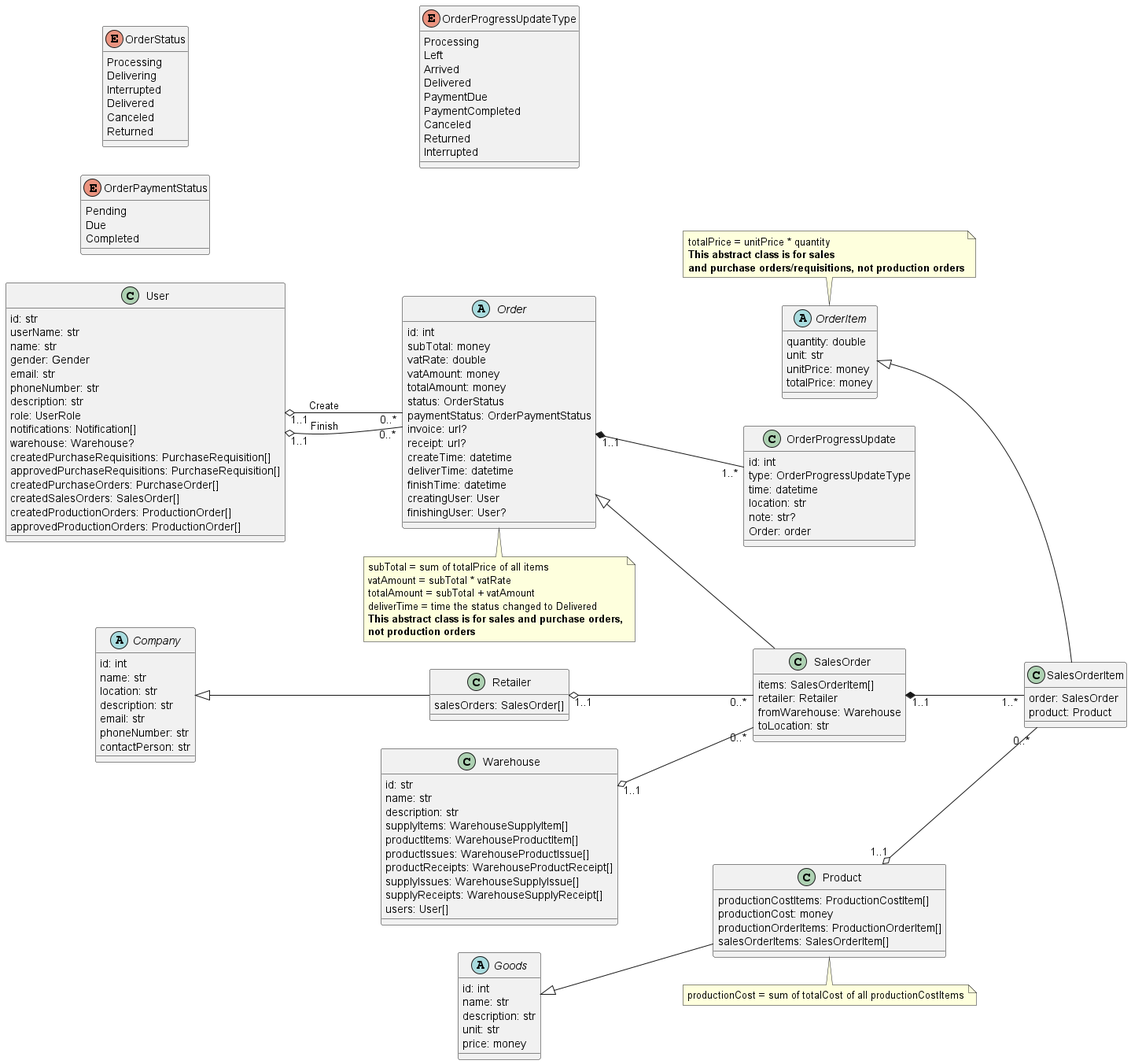
Above: Lab1/Lab1.2/classes/sales.png in phihungha/SE357-Practice-class (PlantUML), before the change. The source it was exported from:
```plantuml
@startuml sales
left to right direction

class User {
    id: str
    userName: str
    name: str
    gender: Gender
    email: str
    phoneNumber: str
    description: str
    role: UserRole
    notifications: Notification[]
    warehouse: Warehouse?
    createdPurchaseRequisitions: PurchaseRequisition[]
    approvedPurchaseRequisitions: PurchaseRequisition[]
    createdPurchaseOrders: PurchaseOrder[]
    createdSalesOrders: SalesOrder[]
    createdProductionOrders: ProductionOrder[]
    approvedProductionOrders: ProductionOrder[]
}

abstract Company {
    id: int
    name: str
    location: str
    description: str
    email: str
    phoneNumber: str
    contactPerson: str
}

class Retailer {
    salesOrders: SalesOrder[]
}
Company <|-- Retailer

class Warehouse {
    id: str
    name: str
    description: str
    supplyItems: WarehouseSupplyItem[]
    productItems: WarehouseProductItem[]
    productIssues: WarehouseProductIssue[]
    productReceipts: WarehouseProductReceipt[]
    supplyIssues: WarehouseSupplyIssue[]
    supplyReceipts: WarehouseSupplyReceipt[]
    users: User[]
}

abstract Goods {
    id: int
    name: str
    description: str
    unit: str
    price: money
}

class Product {
    productionCostItems: ProductionCostItem[]
    productionCost: money
    productionOrderItems: ProductionOrderItem[]
    salesOrderItems: SalesOrderItem[]
}
Goods <|-- Product
note bottom: productionCost = sum of totalCost of all productionCostItems

enum OrderStatus {
    Processing
    Delivering
    Interrupted
    Delivered
    Canceled
    Returned
}

enum OrderPaymentStatus {
    Pending
    Due
    Completed
}

abstract Order {
    id: int
    subTotal: money
    vatRate: double
    vatAmount: money
    totalAmount: money
    status: OrderStatus
    paymentStatus: OrderPaymentStatus
    invoice: url?
    receipt: url?
    createTime: datetime
    deliverTime: datetime
    finishTime: datetime
    creatingUser: User
    finishingUser: User?
}
User "1..1" o-- "0..*" Order : Create
User "1..1" o-- "0..*" Order : Finish
note bottom
    subTotal = sum of totalPrice of all items
    vatAmount = subTotal * vatRate
    totalAmount = subTotal + vatAmount
    deliverTime = time the status changed to Delivered
    <b>This abstract class is for sales and purchase orders,
    <b>not production orders
endnote

abstract OrderItem {
    quantity: double
    unit: str
    unitPrice: money
    totalPrice: money
}
note top
    totalPrice = unitPrice * quantity
    <b>This abstract class is for sales
    <b>and purchase orders/requisitions, not production orders
endnote

enum OrderProgressUpdateType {
    Processing
    Left
    Arrived
    Delivered
    PaymentDue
    PaymentCompleted
    Canceled
    Returned
    Interrupted
}

class OrderProgressUpdate {
    id: int
    type: OrderProgressUpdateType
    time: datetime
    location: str
    note: str?
    Order: order
}
Order "1..1" *-- "1..*" OrderProgressUpdate

class SalesOrder {
    items: SalesOrderItem[]
    retailer: Retailer
    fromWarehouse: Warehouse
    toLocation: str
}
Order <|-- SalesOrder
Retailer "1..1" o-- "0..*" SalesOrder
Warehouse "1..1" o-- "0..*" SalesOrder

class SalesOrderItem {
    order: SalesOrder
    product: Product
}
OrderItem <|-- SalesOrderItem
SalesOrder "1..1" *-- "1..*" SalesOrderItem
Product "1..1" o-- "0..*" SalesOrderItem
@enduml
```
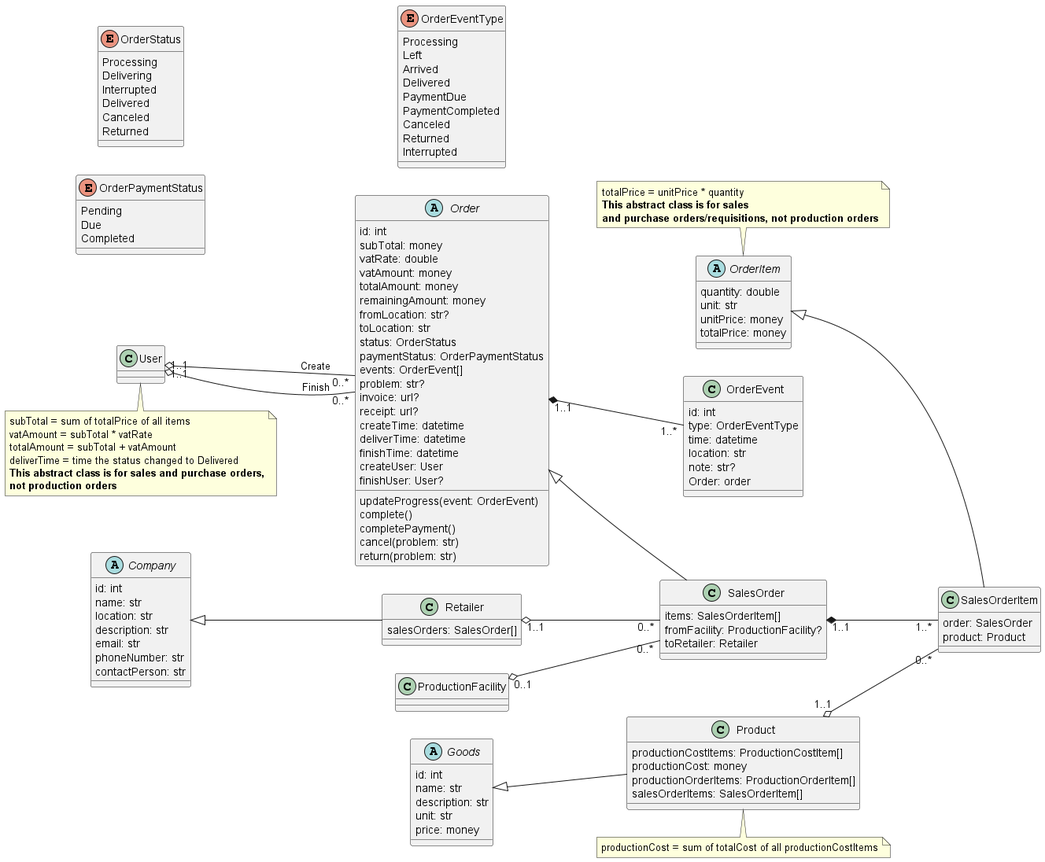
After the commit.

The edit, as a diff of the source:
```diff
@@ -1,24 +1,5 @@
 @startuml sales
 left to right direction
-
-class User {
-    id: str
-    userName: str
-    name: str
-    gender: Gender
-    email: str
-    phoneNumber: str
-    description: str
-    role: UserRole
-    notifications: Notification[]
-    warehouse: Warehouse?
-    createdPurchaseRequisitions: PurchaseRequisition[]
-    approvedPurchaseRequisitions: PurchaseRequisition[]
-    createdPurchaseOrders: PurchaseOrder[]
-    createdSalesOrders: SalesOrder[]
-    createdProductionOrders: ProductionOrder[]
-    approvedProductionOrders: ProductionOrder[]
-}
 
 abstract Company {
     id: int
@@ -34,19 +15,6 @@
     salesOrders: SalesOrder[]
 }
 Company <|-- Retailer
-
-class Warehouse {
-    id: str
-    name: str
-    description: str
-    supplyItems: WarehouseSupplyItem[]
-    productItems: WarehouseProductItem[]
-    productIssues: WarehouseProductIssue[]
-    productReceipts: WarehouseProductReceipt[]
-    supplyIssues: WarehouseSupplyIssue[]
-    supplyReceipts: WarehouseSupplyReceipt[]
-    users: User[]
-}
 
 abstract Goods {
     id: int
@@ -86,15 +54,25 @@
     vatRate: double
     vatAmount: money
     totalAmount: money
+    remainingAmount: money
+    fromLocation: str?
+    toLocation: str
     status: OrderStatus
     paymentStatus: OrderPaymentStatus
+    events: OrderEvent[]
+    problem: str?
     invoice: url?
     receipt: url?
     createTime: datetime
     deliverTime: datetime
     finishTime: datetime
-    creatingUser: User
-    finishingUser: User?
+    createUser: User
+    finishUser: User?
+    updateProgress(event: OrderEvent)
+    complete()
+    completePayment()
+    cancel(problem: str)
+    return(problem: str)
 }
 User "1..1" o-- "0..*" Order : Create
 User "1..1" o-- "0..*" Order : Finish
@@ -119,7 +97,7 @@
     <b>and purchase orders/requisitions, not production orders
 endnote
 
-enum OrderProgressUpdateType {
+enum OrderEventType {
     Processing
     Left
     Arrived
@@ -131,25 +109,24 @@
     Interrupted
 }
 
-class OrderProgressUpdate {
+class OrderEvent {
     id: int
-    type: OrderProgressUpdateType
+    type: OrderEventType
     time: datetime
     location: str
     note: str?
     Order: order
 }
-Order "1..1" *-- "1..*" OrderProgressUpdate
+Order "1..1" *-- "1..*" OrderEvent
 
 class SalesOrder {
     items: SalesOrderItem[]
-    retailer: Retailer
-    fromWarehouse: Warehouse
-    toLocation: str
+    fromFacility: ProductionFacility?
+    toRetailer: Retailer
 }
 Order <|-- SalesOrder
 Retailer "1..1" o-- "0..*" SalesOrder
-Warehouse "1..1" o-- "0..*" SalesOrder
+ProductionFacility "0..1" o-- "0..*" SalesOrder
 
 class SalesOrderItem {
     order: SalesOrder
```
